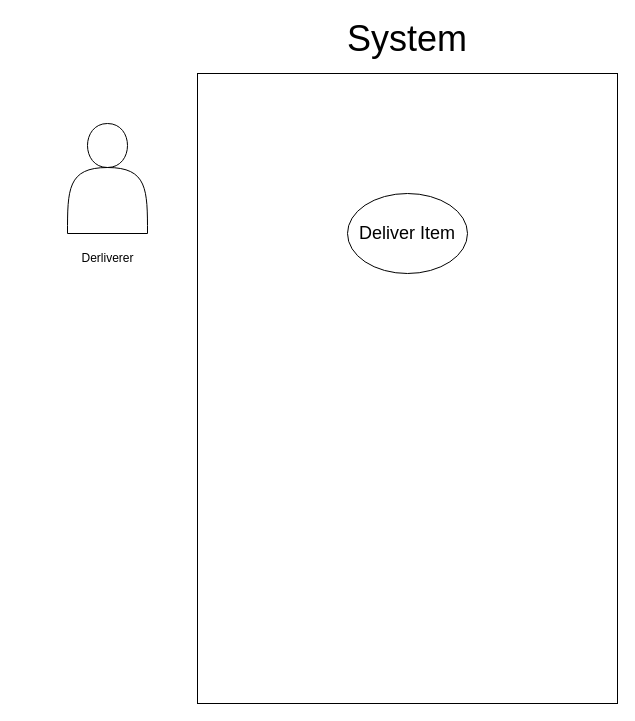
Earlier version of the draw.io diagram Delivery System.drawio (Unimelb-SWEN30006-2023/2023-s2-workshop1-practicegithub2-wed13-00-team7). Source tidied: cells renumbered, new cells numbered last; positions are measured from the earlier drawing's top-left corner, leaving out a move shared by most shapes. Both pictures are drawn from the tidied source at 100%, with x=0, y=0 at pixel (67, 23).
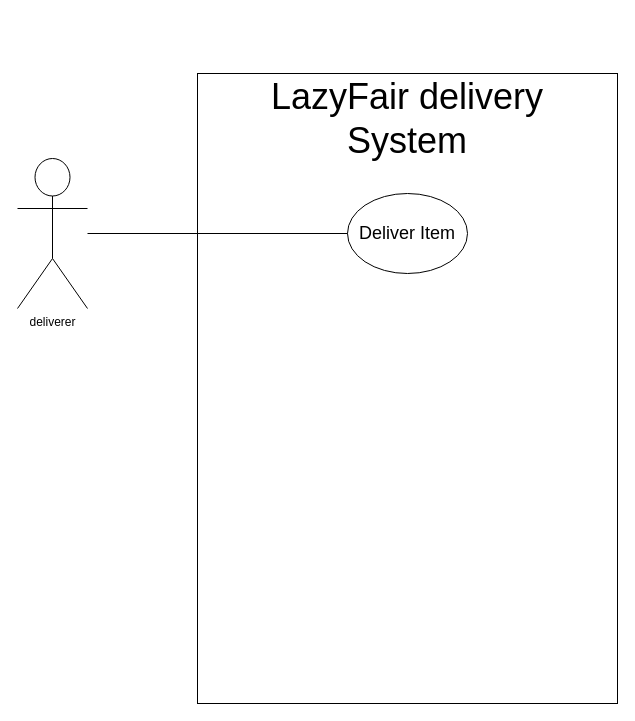
The same page after the edit.

Change to the diagram source:
```diff
@@
 <mxGraphModel>
   <root>
     <mxCell id="0" />
     <mxCell id="1" parent="0" />
-    <mxCell id="2" style="group;" parent="1" vertex="1">
-      <mxGeometry y="100" width="80" height="150" as="geometry" />
-    </mxCell>
-    <mxCell id="3" value="Derliverer" style="text;html=1;align=center;verticalAlign=middle;strokeColor=none;fillColor=none;" parent="2" vertex="1">
-      <mxGeometry y="120" width="80" height="30" as="geometry" />
-    </mxCell>
-    <mxCell id="4" style="shape=actor;whiteSpace=wrap;html=1;" parent="2" vertex="1">
-      <mxGeometry width="80" height="110" as="geometry" />
-    </mxCell>
     <mxCell id="5" style="rounded=0;whiteSpace=wrap;html=1;" parent="1" vertex="1">
       <mxGeometry x="130" y="50" width="420" height="630" as="geometry" />
     </mxCell>
-    <mxCell id="6" value="&lt;font style=&quot;font-size: 36px;&quot;&gt;System&lt;/font&gt;" style="text;html=1;strokeColor=none;fillColor=none;align=center;verticalAlign=middle;whiteSpace=wrap;rounded=0;" parent="1" vertex="1">
-      <mxGeometry x="310" width="60" height="30" as="geometry" />
+    <mxCell id="6" value="&lt;font style=&quot;font-size: 36px;&quot;&gt;LazyFair delivery System&lt;/font&gt;" style="text;html=1;strokeColor=none;fillColor=none;align=center;verticalAlign=middle;whiteSpace=wrap;rounded=0;" parent="1" vertex="1">
+      <mxGeometry x="180" y="60" width="320" height="70" as="geometry" />
     </mxCell>
     <mxCell id="7" value="&lt;font style=&quot;font-size: 18px;&quot;&gt;Deliver Item&lt;/font&gt;" style="ellipse;whiteSpace=wrap;html=1;" parent="1" vertex="1">
       <mxGeometry x="280" y="170" width="120" height="80" as="geometry" />
     </mxCell>
+    <mxCell id="8" style="edgeStyle=orthogonalEdgeStyle;rounded=0;jettySize=auto;html=1;endArrow=none;endFill=0;" parent="1" edge="1" source="9" target="7">
+      <mxGeometry relative="1" as="geometry" />
+    </mxCell>
+    <mxCell id="9" value="deliverer" style="shape=umlActor;verticalLabelPosition=bottom;verticalAlign=top;html=1;outlineConnect=0;" parent="1" vertex="1">
+      <mxGeometry x="-50" y="135" width="70" height="150" as="geometry" />
+    </mxCell>
   </root>
 </mxGraphModel>
```
